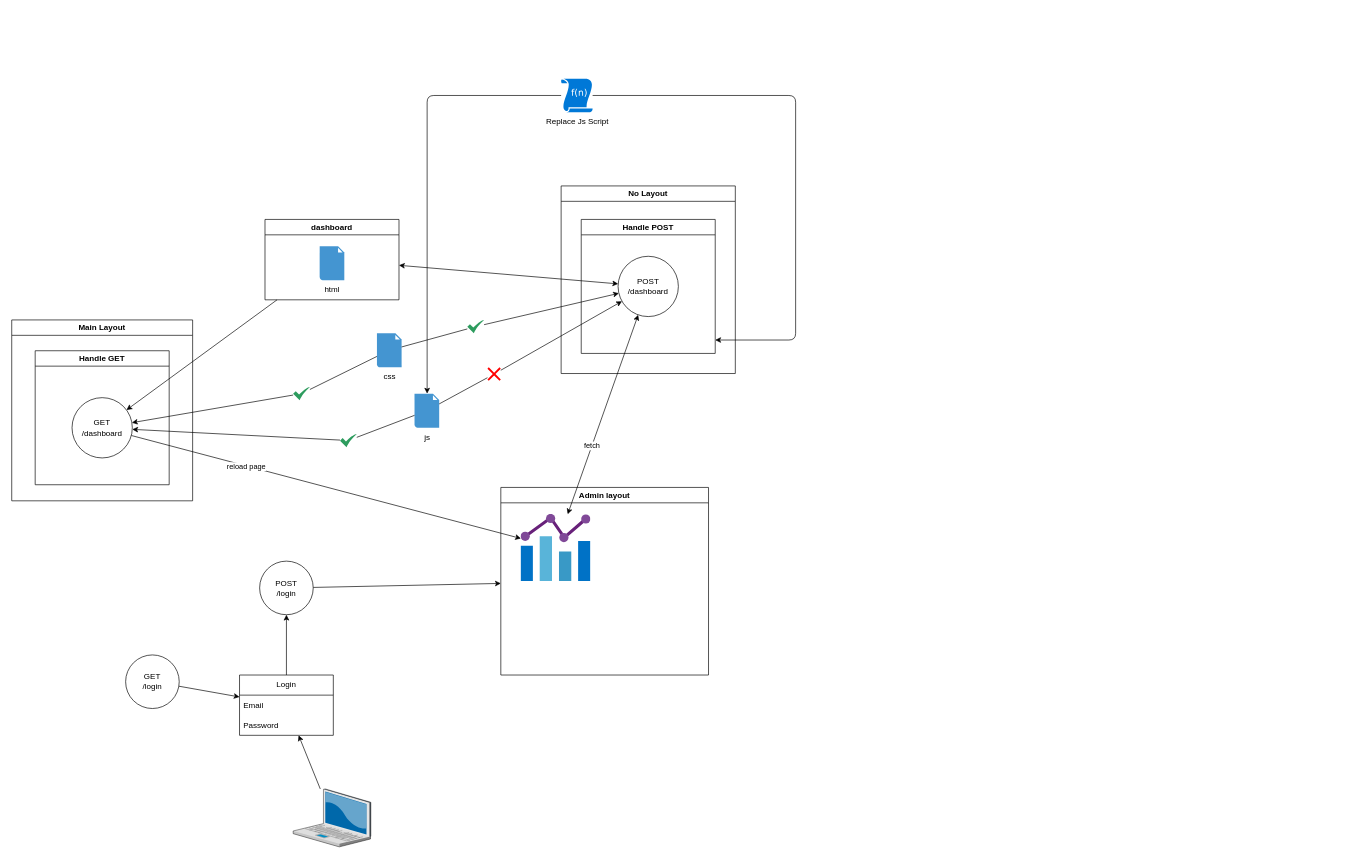
The draw.io diagram public/drawio/flow.drawio in DoHuy5360/BE_intern_node, before the edit. Source tidied: cells renumbered, new cells numbered last; positions are measured from the earlier drawing's top-left corner, leaving out a move shared by most shapes. Both pictures are drawn from the tidied source at 67%, with x=0, y=0 at pixel (11, 78).
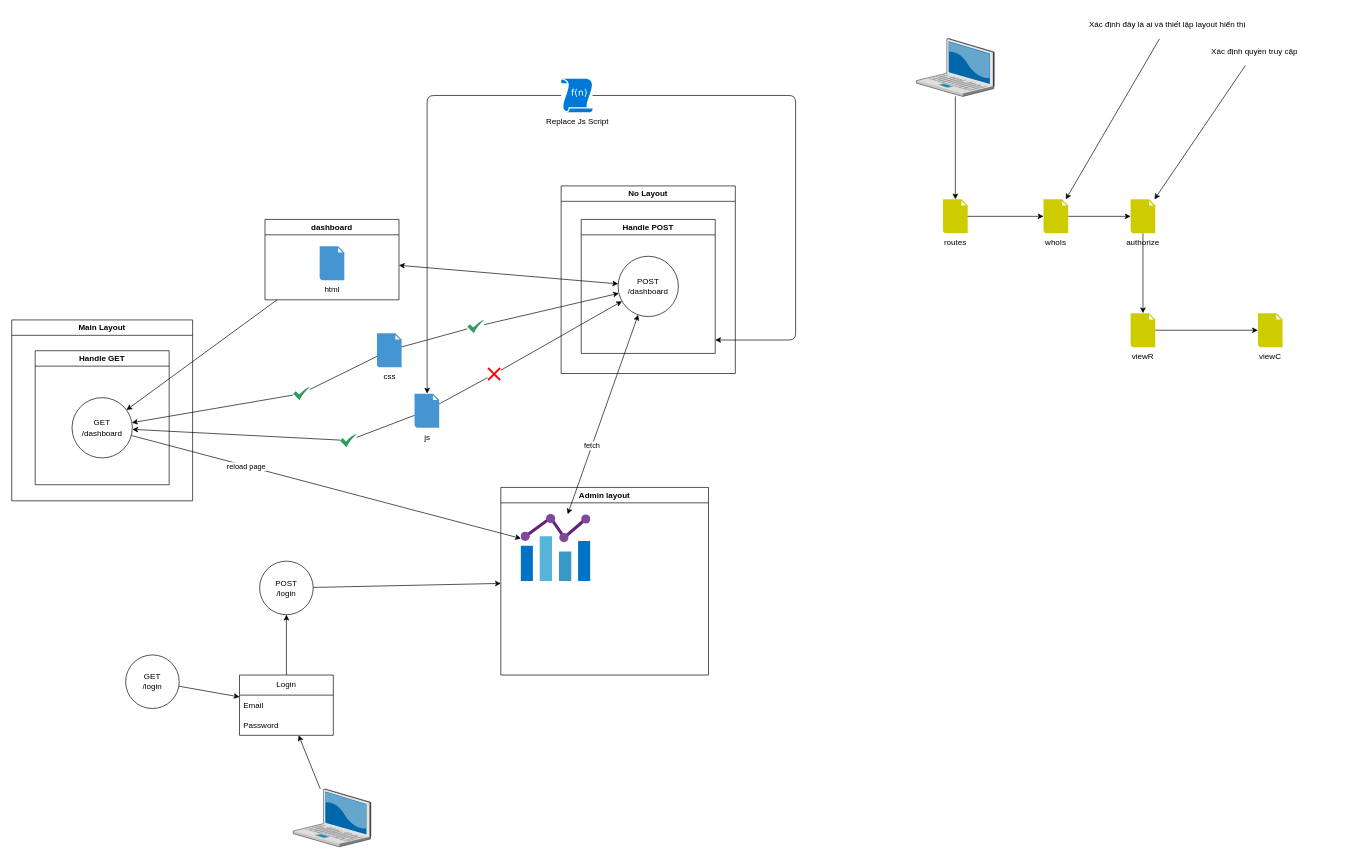
Above is the later version.

Change to the diagram source:
```diff
@@
+    <mxCell id="45" style="edgeStyle=none;html=1;" parent="1" edge="1" source="52" target="57">
+      <mxGeometry relative="1" as="geometry" />
+    </mxCell>
@@
+    <mxCell id="46" value="routes" style="shadow=0;dashed=0;html=1;strokeColor=none;fillColor=#CCCC00;labelPosition=center;verticalLabelPosition=bottom;verticalAlign=top;align=center;outlineConnect=0;shape=mxgraph.veeam.2d.file;" parent="1" vertex="1">
+      <mxGeometry x="1390" y="180" width="36.8" height="50.8" as="geometry" />
+    </mxCell>
+    <mxCell id="47" style="edgeStyle=none;html=1;" parent="1" edge="1" source="59" target="49">
+      <mxGeometry relative="1" as="geometry" />
+    </mxCell>
+    <mxCell id="48" style="edgeStyle=none;html=1;" parent="1" edge="1" source="49" target="53">
+      <mxGeometry relative="1" as="geometry" />
+    </mxCell>
+    <mxCell id="49" value="viewR" style="shadow=0;dashed=0;html=1;strokeColor=none;fillColor=#CCCC00;labelPosition=center;verticalLabelPosition=bottom;verticalAlign=top;align=center;outlineConnect=0;shape=mxgraph.veeam.2d.file;" parent="1" vertex="1">
+      <mxGeometry x="1670" y="350" width="36.8" height="50.8" as="geometry" />
+    </mxCell>
+    <mxCell id="50" style="edgeStyle=none;html=1;" parent="1" edge="1" source="51" target="46">
+      <mxGeometry relative="1" as="geometry" />
+    </mxCell>
+    <mxCell id="51" style="verticalLabelPosition=bottom;sketch=0;html=1;verticalAlign=top;strokeColor=none;align=center;outlineConnect=0;shape=mxgraph.citrix.laptop_2;fillColor=none;" parent="1" vertex="1">
+      <mxGeometry x="1350.4" y="-60" width="116" height="86.5" as="geometry" />
+    </mxCell>
+    <mxCell id="52" value="Xác định đây là ai và thiết lập layout hiển thị" style="text;html=1;strokeColor=none;fillColor=default;align=center;verticalAlign=middle;whiteSpace=wrap;rounded=0;" parent="1" vertex="1">
+      <mxGeometry x="1590" y="-100" width="270" height="40" as="geometry" />
+    </mxCell>
+    <mxCell id="53" value="viewC" style="shadow=0;dashed=0;html=1;strokeColor=none;fillColor=#CCCC00;labelPosition=center;verticalLabelPosition=bottom;verticalAlign=top;align=center;outlineConnect=0;shape=mxgraph.veeam.2d.file;" parent="1" vertex="1">
+      <mxGeometry x="1860" y="350" width="36.8" height="50.8" as="geometry" />
+    </mxCell>
+    <mxCell id="54" style="edgeStyle=none;html=1;" parent="1" edge="1" source="46" target="57">
+      <mxGeometry relative="1" as="geometry" />
+    </mxCell>
+    <mxCell id="55" style="edgeStyle=none;html=1;" parent="1" edge="1" source="56" target="59">
+      <mxGeometry relative="1" as="geometry" />
+    </mxCell>
+    <mxCell id="56" value="Xác định quyền truy cập" style="text;html=1;strokeColor=none;fillColor=default;align=center;verticalAlign=middle;whiteSpace=wrap;rounded=0;" parent="1" vertex="1">
+      <mxGeometry x="1720" y="-60" width="270" height="40" as="geometry" />
+    </mxCell>
+    <mxCell id="57" value="whoIs" style="shadow=0;dashed=0;html=1;strokeColor=none;fillColor=#CCCC00;labelPosition=center;verticalLabelPosition=bottom;verticalAlign=top;align=center;outlineConnect=0;shape=mxgraph.veeam.2d.file;" parent="1" vertex="1">
+      <mxGeometry x="1540" y="180" width="36.8" height="50.8" as="geometry" />
+    </mxCell>
+    <mxCell id="58" style="edgeStyle=none;html=1;" parent="1" edge="1" source="57" target="59">
+      <mxGeometry relative="1" as="geometry" />
+    </mxCell>
+    <mxCell id="59" value="authorize" style="shadow=0;dashed=0;html=1;strokeColor=none;fillColor=#CCCC00;labelPosition=center;verticalLabelPosition=bottom;verticalAlign=top;align=center;outlineConnect=0;shape=mxgraph.veeam.2d.file;" parent="1" vertex="1">
+      <mxGeometry x="1670" y="180" width="36.8" height="50.8" as="geometry" />
+    </mxCell>
```
